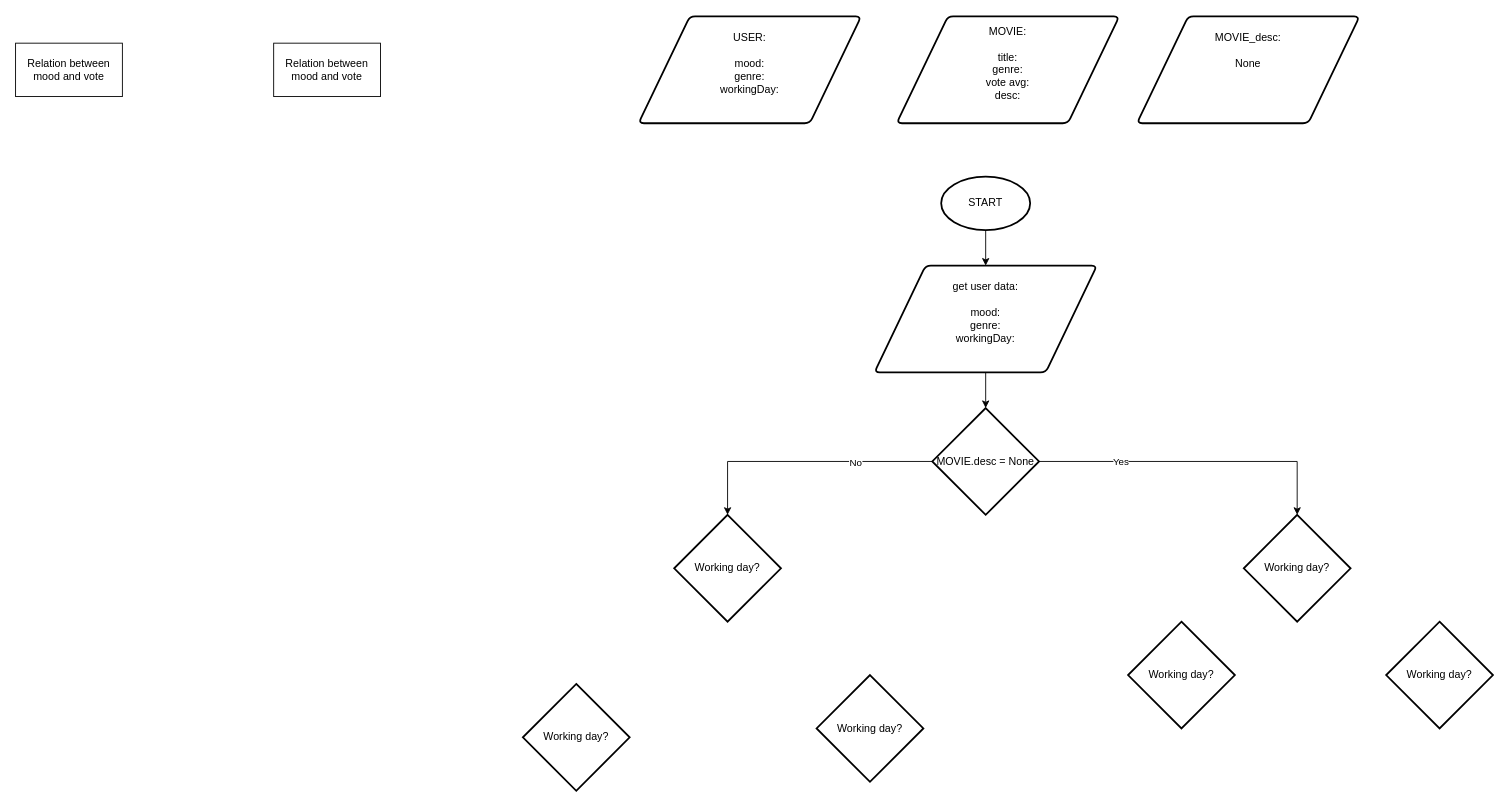
This is Decision_system.drawio from CodeCiepol/movie-advisor, a draw.io file, before an edit. Source tidied: cells renumbered, new cells numbered last; positions are measured from the earlier drawing's top-left corner, leaving out a move shared by most shapes. Both pictures are drawn from the tidied source at 89%, with x=0, y=0 at pixel (15, 16).
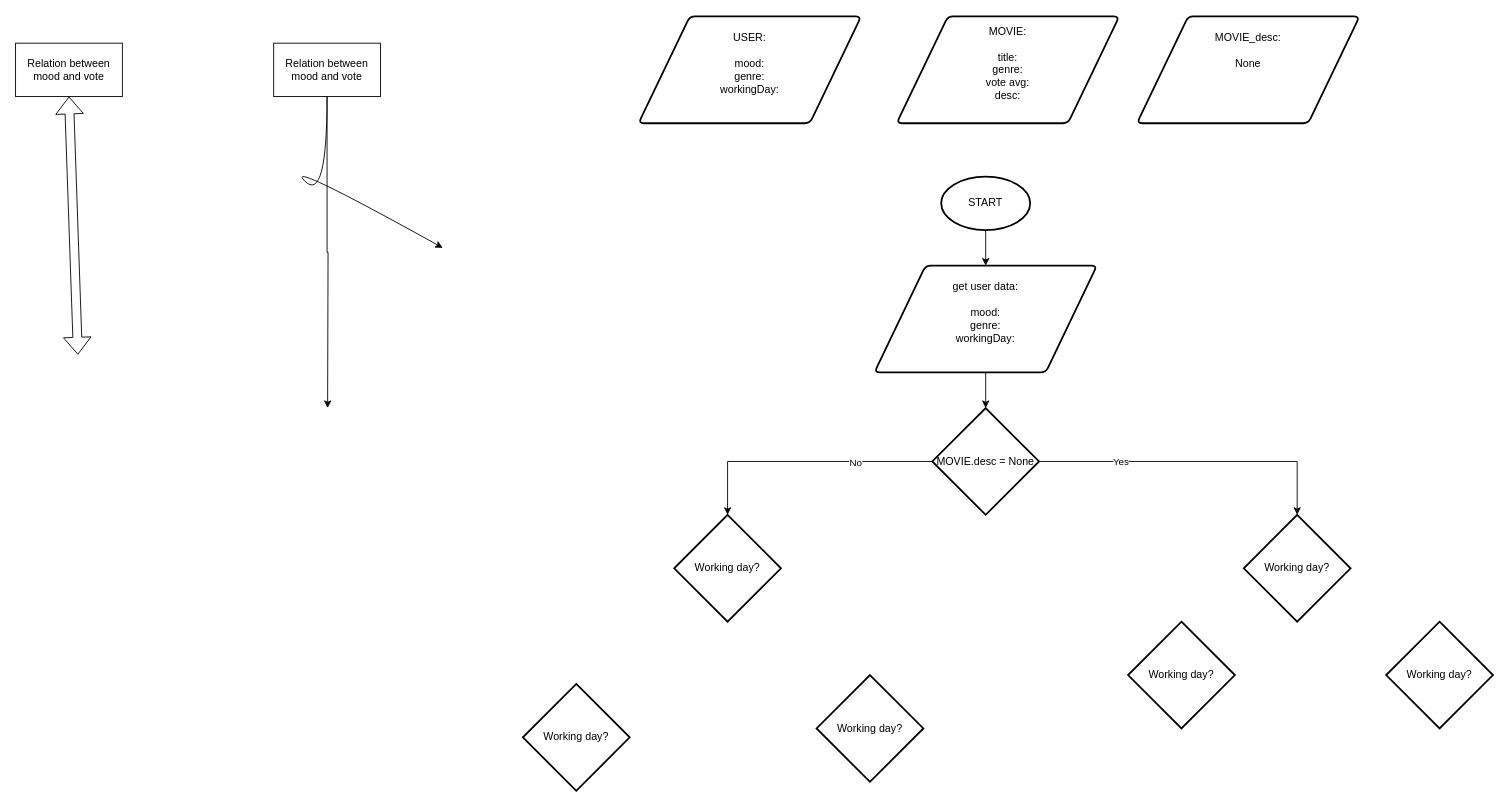
After the change.

The change refers to these unchanged cells:
```xml
<mxCell id="20" value="Relation between mood and vote" style="rounded=0;whiteSpace=wrap;html=1;" parent="1" vertex="1">
  <mxGeometry y="30" width="120" height="60" as="geometry" />
</mxCell>
<mxCell id="21" value="Relation between mood and vote" style="rounded=0;whiteSpace=wrap;html=1;" parent="1" vertex="1">
  <mxGeometry x="290" y="30" width="120" height="60" as="geometry" />
</mxCell>
```

Diff of the diagram source:
```diff
@@
+    <mxCell id="22" style="edgeStyle=orthogonalEdgeStyle;rounded=0;jettySize=auto;html=1;exitX=0.5;exitY=1;exitDx=0;exitDy=0;" parent="1" edge="1" source="21">
+      <mxGeometry relative="1" as="geometry">
+        <mxPoint x="350.6" y="440" as="targetPoint" />
+      </mxGeometry>
+    </mxCell>
@@
+    <mxCell id="23" style="shape=flexArrow;endArrow=classic;startArrow=classic;html=1;rounded=0;entryX=0.5;entryY=1;entryDx=0;entryDy=0;" parent="1" edge="1" target="20">
+      <mxGeometry relative="1" as="geometry">
+        <mxPoint x="70" y="380" as="sourcePoint" />
+      </mxGeometry>
+    </mxCell>
+    <mxCell id="24" style="curved=1;endArrow=classic;html=1;rounded=0;exitX=0.5;exitY=1;exitDx=0;exitDy=0;" parent="1" edge="1" source="21">
+      <mxGeometry relative="1" as="geometry">
+        <mxPoint x="480" y="260" as="targetPoint" />
+        <Array as="points">
+          <mxPoint x="350" y="210" />
+          <mxPoint x="300" y="160" />
+        </Array>
+      </mxGeometry>
+    </mxCell>
```
